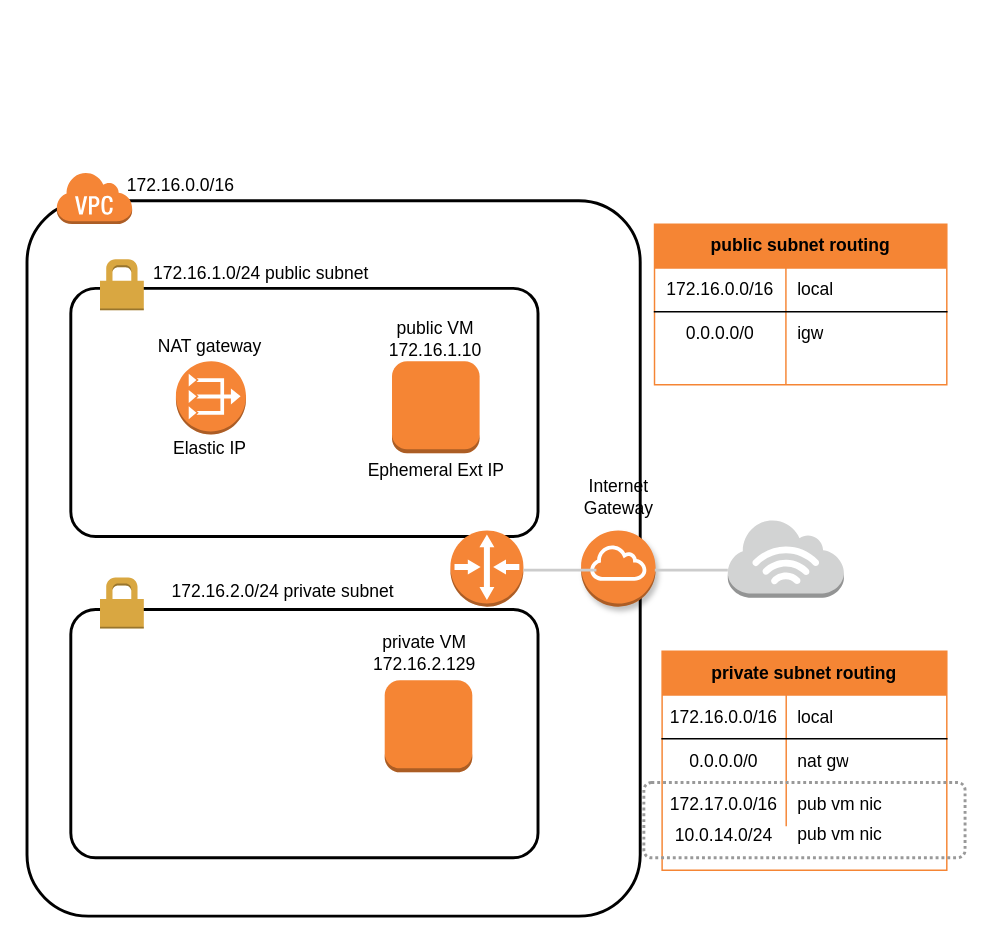
Earlier version of the draw.io diagram diagrams/AWS-public-private-subnet.drawio (fabianlee/blogcode). Source tidied: cells renumbered, new cells numbered last; positions are measured from the earlier drawing's top-left corner, leaving out a move shared by most shapes. Both pictures are drawn from the tidied source at 146%, with x=0, y=0 at pixel (26, 171).
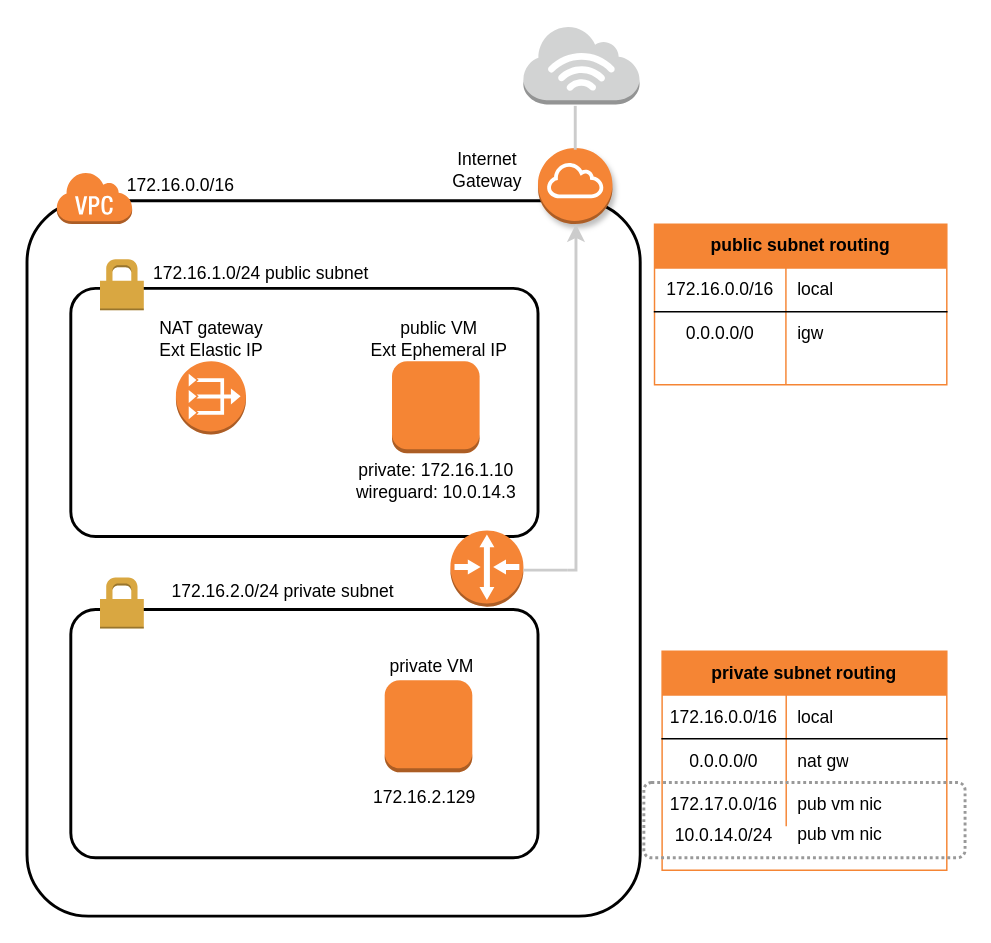
Above is the later version.

What changed in the source:
```diff
@@
-    <mxCell id="13" value="&lt;div&gt;private VM&lt;/div&gt;&lt;div&gt;172.16.2.129&lt;/div&gt;" style="text;html=1;strokeColor=none;fillColor=none;align=center;verticalAlign=middle;whiteSpace=wrap;rounded=0;" parent="1" vertex="1">
-      <mxGeometry x="245" y="320" width="55" height="20" as="geometry" />
+    <mxCell id="13" value="&lt;div&gt;private VM&lt;/div&gt;" style="text;html=1;strokeColor=none;fillColor=none;align=center;verticalAlign=middle;whiteSpace=wrap;rounded=0;" parent="1" vertex="1">
+      <mxGeometry x="240" y="328.5" width="75" height="20" as="geometry" />
     </mxCell>
@@
-    <mxCell id="15" value="&lt;div&gt;public VM&lt;/div&gt;&lt;div&gt;172.16.1.10&lt;/div&gt;" style="text;html=1;strokeColor=none;fillColor=none;align=center;verticalAlign=middle;whiteSpace=wrap;rounded=0;" parent="1" vertex="1">
-      <mxGeometry x="255" y="105" width="50" height="20" as="geometry" />
+    <mxCell id="15" value="&lt;div&gt;public VM&lt;/div&gt;&lt;div&gt;Ext Ephemeral IP&lt;br&gt;&lt;/div&gt;" style="text;html=1;strokeColor=none;fillColor=none;align=center;verticalAlign=middle;whiteSpace=wrap;rounded=0;" parent="1" vertex="1">
+      <mxGeometry x="230" y="105" width="105" height="20" as="geometry" />
     </mxCell>
     <mxCell id="16" style="outlineConnect=0;dashed=0;verticalLabelPosition=bottom;verticalAlign=top;align=center;html=1;shape=mxgraph.aws3.internet_gateway;fillColor=#F58536;gradientColor=none;shadow=1;strokeColor=#F58534;strokeWidth=1;" parent="1" vertex="1">
-      <mxGeometry x="379.5" y="245.8" width="51" height="52.2" as="geometry" />
+      <mxGeometry x="350" y="-16.2" width="51" height="52.2" as="geometry" />
     </mxCell>
@@
     <mxCell id="18" style="dashed=0;verticalLabelPosition=bottom;verticalAlign=top;align=center;html=1;shape=mxgraph.aws3.internet_3;fillColor=#D2D3D3;gradientColor=none;shadow=0;strokeColor=#F58534;strokeWidth=1;" parent="1" vertex="1">
-      <mxGeometry x="480" y="238" width="79.5" height="54" as="geometry" />
+      <mxGeometry x="340" y="-100" width="79.5" height="54" as="geometry" />
     </mxCell>
-    <mxCell id="19" value="&lt;div&gt;NAT gateway&lt;/div&gt;" style="text;html=1;align=center;verticalAlign=middle;strokeColor=none;" parent="1" vertex="1">
-      <mxGeometry x="80" y="110" width="90" height="20" as="geometry" />
+    <mxCell id="19" value="&lt;div&gt;NAT gateway&lt;/div&gt;&lt;div&gt;Ext Elastic IP&lt;br&gt;&lt;/div&gt;" style="text;html=1;align=center;verticalAlign=middle;strokeColor=none;" parent="1" vertex="1">
+      <mxGeometry x="81" y="100" width="90" height="30" as="geometry" />
     </mxCell>
     <mxCell id="20" value="&lt;div&gt;Internet&lt;/div&gt;&lt;div&gt;Gateway&lt;/div&gt;" style="text;html=1;align=center;verticalAlign=middle;strokeColor=none;" parent="1" vertex="1">
-      <mxGeometry x="375" y="208" width="60" height="30" as="geometry" />
+      <mxGeometry x="285" y="-16.2" width="60" height="30" as="geometry" />
     </mxCell>
-    <mxCell id="21" value="Elastic IP" style="text;html=1;align=center;verticalAlign=middle;strokeColor=none;" parent="1" vertex="1">
-      <mxGeometry x="90" y="180.1" width="70" height="20" as="geometry" />
-    </mxCell>
@@
-    <mxCell id="44" style="line;strokeWidth=2;html=1;shadow=0;fontColor=#333333;fillColor=none;strokeColor=#CCCCCC;" parent="1" vertex="1">
-      <mxGeometry x="430" y="268" width="50" height="10" as="geometry" />
+    <mxCell id="44" style="line;strokeWidth=2;html=1;shadow=0;fontColor=#333333;fillColor=none;strokeColor=#CCCCCC;rotation=90;" parent="1" vertex="1">
+      <mxGeometry x="360.5" y="-35" width="30" height="10" as="geometry" />
     </mxCell>
+    <mxCell id="48" style="edgeStyle=orthogonalEdgeStyle;rounded=0;jettySize=auto;html=1;exitX=1;exitY=0.5;exitDx=0;exitDy=0;exitPerimeter=0;strokeColor=#CCCCCC;strokeWidth=2;" parent="1" edge="1" source="45" target="16">
+      <mxGeometry relative="1" as="geometry">
+        <Array as="points">
+          <mxPoint x="376" y="273" />
+        </Array>
+      </mxGeometry>
+    </mxCell>
     <mxCell id="45" style="line;strokeWidth=2;html=1;shadow=0;fontColor=#333333;fillColor=none;strokeColor=#CCCCCC;" parent="1" vertex="1">
-      <mxGeometry x="340" y="268" width="50" height="10" as="geometry" />
+      <mxGeometry x="340" y="268" width="30" height="10" as="geometry" />
     </mxCell>
-    <mxCell id="46" value="Ephemeral Ext IP" style="text;html=1;align=center;verticalAlign=middle;strokeColor=none;" parent="1" vertex="1">
-      <mxGeometry x="225" y="195" width="110" height="20" as="geometry" />
+    <mxCell id="46" value="&lt;div&gt;private: 172.16.1.10&lt;/div&gt;&lt;div&gt;wireguard: 10.0.14.3&lt;br&gt;&lt;/div&gt;" style="text;html=1;align=center;verticalAlign=middle;strokeColor=none;" parent="1" vertex="1">
+      <mxGeometry x="220" y="197" width="120" height="30" as="geometry" />
     </mxCell>
@@
+    <mxCell id="49" value="&lt;div&gt;172.16.2.129&lt;/div&gt;" style="text;html=1;strokeColor=none;fillColor=none;align=center;verticalAlign=middle;whiteSpace=wrap;rounded=0;" parent="1" vertex="1">
+      <mxGeometry x="245" y="418.5" width="55" height="20" as="geometry" />
+    </mxCell>
```
